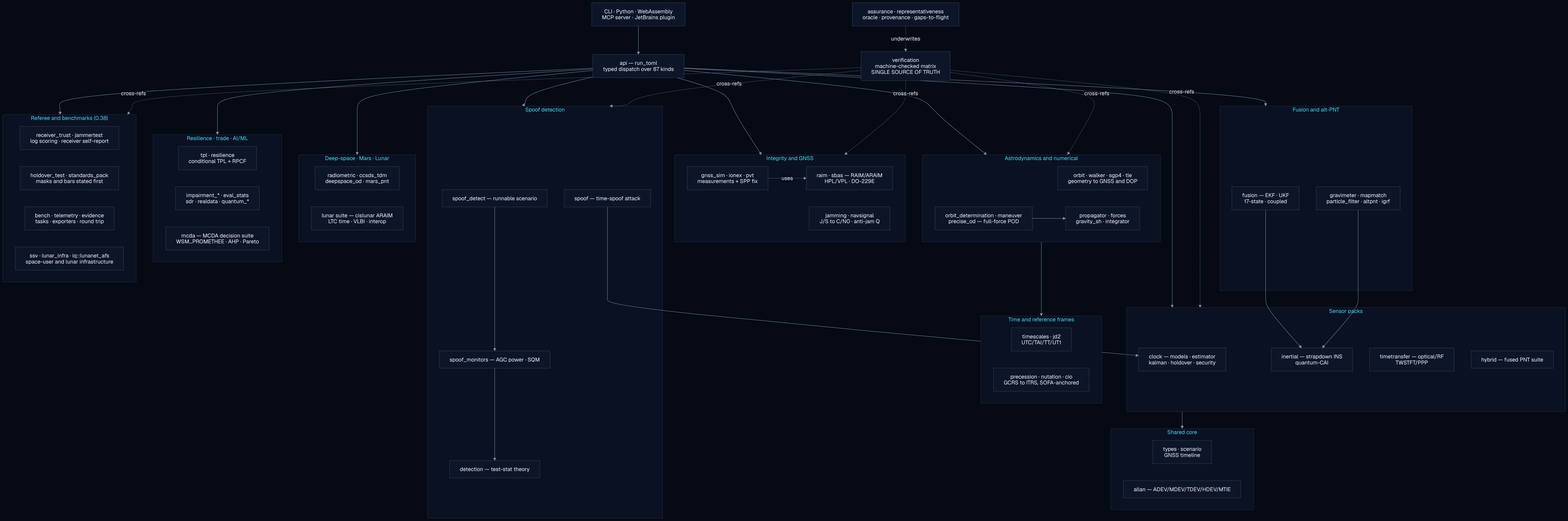
Before: docs/assets/diagrams/module-map.png, a diagram exported from Mermaid (ashfordeOU/kshana). Its source is kept beside it as docs/diagrams/module-map.mmd.
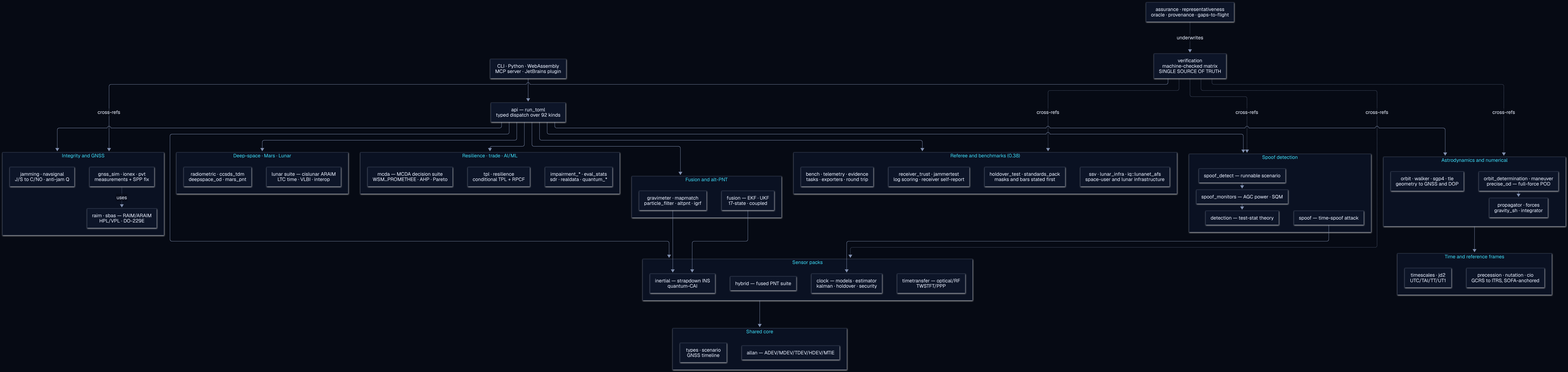
After the commit.

The edit, as a diff of the source:
```diff
@@ -1,5 +1,5 @@
 flowchart TD
-    cli["CLI · Python · WebAssembly<br/>MCP server · JetBrains plugin"] --> api["api — run_toml<br/>typed dispatch over 91 kinds"]
+    cli["CLI · Python · WebAssembly<br/>MCP server · JetBrains plugin"] --> api["api — run_toml<br/>typed dispatch over 92 kinds"]
     subgraph shared["Shared core"]
       types["types · scenario<br/>GNSS timeline"]
       allan["allan — ADEV/MDEV/TDEV/HDEV/MTIE"]
```
